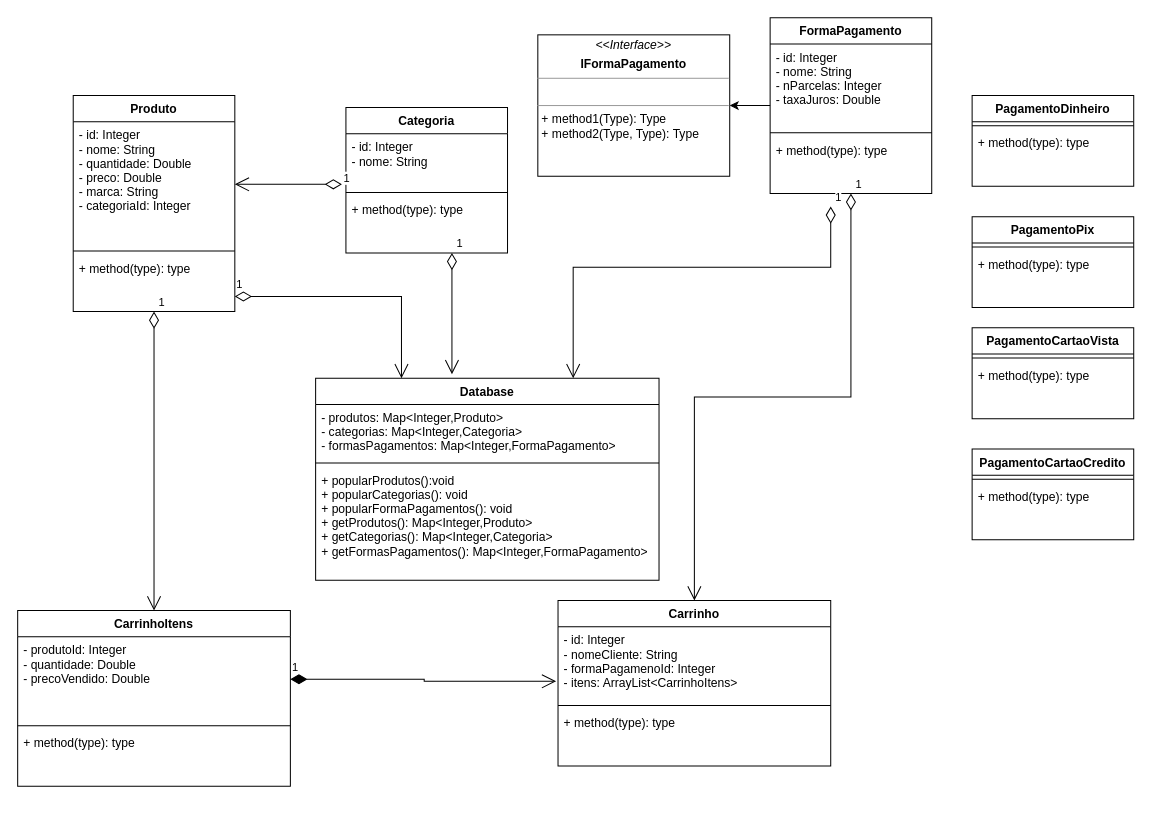
Above: Desafio1.drawio in jonaslucenafilho/PanStore (draw.io), before the change. Source tidied: cells renumbered, new cells numbered last; positions are measured from the earlier drawing's top-left corner, leaving out a move shared by most shapes. Both pictures are drawn from the tidied source at 101%, with x=0, y=0 at pixel (17, 17).
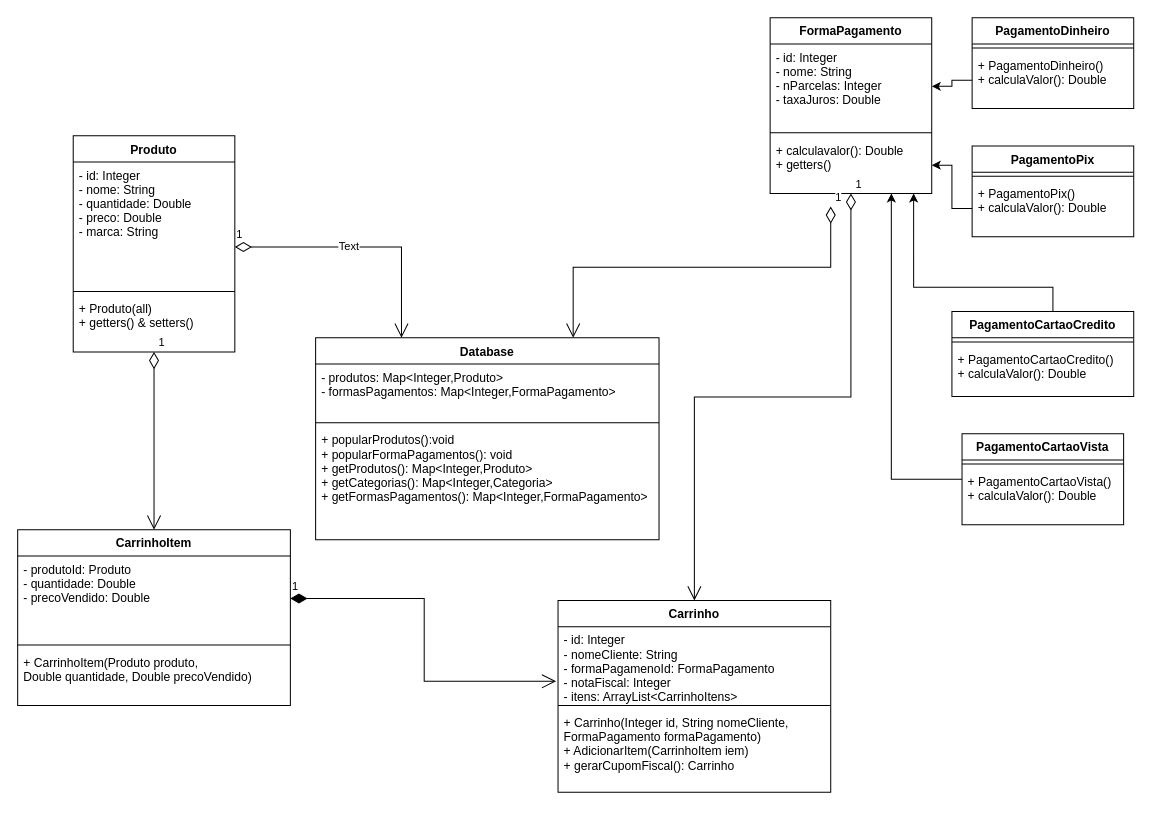
The same page after the edit.

Commit message:
primeira versao diagrama classes

Unchanged cells that the change refers to:
```xml
<mxCell id="16" value="FormaPagamento" style="swimlane;fontStyle=1;align=center;verticalAlign=top;horizontal=1;startSize=26;" parent="1" vertex="1">
  <mxGeometry x="745" width="160" height="174" as="geometry" />
</mxCell>
<mxCell id="17" value="- id: Integer&#10;- nome: String&#10;- nParcelas: Integer&#10;- taxaJuros: Double" style="text;strokeColor=none;fillColor=none;align=left;verticalAlign=top;spacingLeft=4;spacingRight=4;overflow=hidden;points=[[0,0.5],[1,0.5]];portConstraint=eastwest;" parent="16" vertex="1">
  <mxGeometry y="26" width="160" height="84" as="geometry" />
</mxCell>
```

Change to the diagram source:
```diff
@@
     <mxCell id="2" value="Produto" style="swimlane;fontStyle=1;align=center;verticalAlign=top;horizontal=1;startSize=26;" parent="1" vertex="1">
-      <mxGeometry x="55" y="77" width="160" height="214" as="geometry" />
+      <mxGeometry x="55" y="117" width="160" height="214" as="geometry" />
     </mxCell>
-    <mxCell id="3" value="- id: Integer&#10;- nome: String&#10;- quantidade: Double&#10;- preco: Double&#10;- marca: String&#10;- categoriaId: Integer&#10;&#10;" style="text;strokeColor=none;fillColor=none;align=left;verticalAlign=top;spacingLeft=4;spacingRight=4;overflow=hidden;points=[[0,0.5],[1,0.5]];portConstraint=eastwest;" parent="2" vertex="1">
+    <mxCell id="3" value="- id: Integer&#10;- nome: String&#10;- quantidade: Double&#10;- preco: Double&#10;- marca: String&#10;" style="text;strokeColor=none;fillColor=none;align=left;verticalAlign=top;spacingLeft=4;spacingRight=4;overflow=hidden;points=[[0,0.5],[1,0.5]];portConstraint=eastwest;" parent="2" vertex="1">
       <mxGeometry y="26" width="160" height="124" as="geometry" />
     </mxCell>
@@
-    <mxCell id="5" value="+ method(type): type" style="text;strokeColor=none;fillColor=none;align=left;verticalAlign=top;spacingLeft=4;spacingRight=4;overflow=hidden;points=[[0,0.5],[1,0.5]];portConstraint=eastwest;" parent="2" vertex="1">
+    <mxCell id="5" value="+ Produto(all)&#10;+ getters() &amp; setters()&#10;" style="text;strokeColor=none;fillColor=none;align=left;verticalAlign=top;spacingLeft=4;spacingRight=4;overflow=hidden;points=[[0,0.5],[1,0.5]];portConstraint=eastwest;" parent="2" vertex="1">
       <mxGeometry y="158" width="160" height="56" as="geometry" />
     </mxCell>
-    <mxCell id="6" value="Categoria" style="swimlane;fontStyle=1;align=center;verticalAlign=top;horizontal=1;startSize=26;" parent="1" vertex="1">
-      <mxGeometry x="325" y="89" width="160" height="144" as="geometry" />
-    </mxCell>
-    <mxCell id="7" value="- id: Integer&#10;- nome: String&#10;" style="text;strokeColor=none;fillColor=none;align=left;verticalAlign=top;spacingLeft=4;spacingRight=4;overflow=hidden;points=[[0,0.5],[1,0.5]];portConstraint=eastwest;" parent="6" vertex="1">
-      <mxGeometry y="26" width="160" height="54" as="geometry" />
-    </mxCell>
-    <mxCell id="8" style="line;strokeWidth=1;fillColor=none;align=left;verticalAlign=middle;spacingTop=-1;spacingLeft=3;spacingRight=3;labelPosition=right;" parent="6" vertex="1">
-      <mxGeometry y="80" width="160" height="8" as="geometry" />
-    </mxCell>
-    <mxCell id="9" value="+ method(type): type" style="text;strokeColor=none;fillColor=none;align=left;verticalAlign=top;spacingLeft=4;spacingRight=4;overflow=hidden;points=[[0,0.5],[1,0.5]];portConstraint=eastwest;" parent="6" vertex="1">
-      <mxGeometry y="88" width="160" height="56" as="geometry" />
-    </mxCell>
-    <mxCell id="10" value="1" style="endArrow=open;html=1;endSize=12;startArrow=diamondThin;startSize=14;startFill=0;edgeStyle=orthogonalEdgeStyle;align=left;verticalAlign=bottom;rounded=0;exitX=-0.025;exitY=0.926;exitDx=0;exitDy=0;exitPerimeter=0;" parent="1" edge="1" source="7" target="3">
-      <mxGeometry x="-1" y="3" relative="1" as="geometry" />
-    </mxCell>
     <mxCell id="11" value="Database" style="swimlane;fontStyle=1;align=center;verticalAlign=top;horizontal=1;startSize=26;" parent="1" vertex="1">
-      <mxGeometry x="295" y="357" width="340" height="200" as="geometry" />
+      <mxGeometry x="295" y="317" width="340" height="200" as="geometry" />
     </mxCell>
-    <mxCell id="12" value="- produtos: Map&lt;Integer,Produto&gt;&#10;- categorias: Map&lt;Integer,Categoria&gt;&#10;- formasPagamentos: Map&lt;Integer,FormaPagamento&gt;&#10;&#10;&#10;" style="text;strokeColor=none;fillColor=none;align=left;verticalAlign=top;spacingLeft=4;spacingRight=4;overflow=hidden;" parent="11" vertex="1">
+    <mxCell id="12" value="- produtos: Map&lt;Integer,Produto&gt;&#10;- formasPagamentos: Map&lt;Integer,FormaPagamento&gt;&#10;&#10;&#10;" style="text;strokeColor=none;fillColor=none;align=left;verticalAlign=top;spacingLeft=4;spacingRight=4;overflow=hidden;" parent="11" vertex="1">
       <mxGeometry y="26" width="340" height="54" as="geometry" />
     </mxCell>
@@
-    <mxCell id="14" value="+ popularProdutos():void&#10;+ popularCategorias(): void&#10;+ popularFormaPagamentos(): void&#10;+ getProdutos(): Map&lt;Integer,Produto&gt;&#10;+ getCategorias(): Map&lt;Integer,Categoria&gt;&#10;+ getFormasPagamentos(): Map&lt;Integer,FormaPagamento&gt;&#10;" style="text;strokeColor=none;fillColor=none;align=left;verticalAlign=top;spacingLeft=4;spacingRight=4;overflow=hidden;" parent="11" vertex="1">
+    <mxCell id="14" value="+ popularProdutos():void&#10;+ popularFormaPagamentos(): void&#10;+ getProdutos(): Map&lt;Integer,Produto&gt;&#10;+ getCategorias(): Map&lt;Integer,Categoria&gt;&#10;+ getFormasPagamentos(): Map&lt;Integer,FormaPagamento&gt;&#10;" style="text;strokeColor=none;fillColor=none;align=left;verticalAlign=top;spacingLeft=4;spacingRight=4;overflow=hidden;" parent="11" vertex="1">
       <mxGeometry y="88" width="340" height="112" as="geometry" />
     </mxCell>
-    <mxCell id="15" style="edgeStyle=orthogonalEdgeStyle;rounded=0;jettySize=auto;html=1;" parent="1" edge="1" source="16" target="20">
-      <mxGeometry relative="1" as="geometry" />
-    </mxCell>
@@
-    <mxCell id="19" value="+ method(type): type" style="text;strokeColor=none;fillColor=none;align=left;verticalAlign=top;spacingLeft=4;spacingRight=4;overflow=hidden;points=[[0,0.5],[1,0.5]];portConstraint=eastwest;" parent="16" vertex="1">
+    <mxCell id="19" value="+ calculavalor(): Double&#10;+ getters()&#10;" style="text;strokeColor=none;fillColor=none;align=left;verticalAlign=top;spacingLeft=4;spacingRight=4;overflow=hidden;points=[[0,0.5],[1,0.5]];portConstraint=eastwest;" parent="16" vertex="1">
       <mxGeometry y="118" width="160" height="56" as="geometry" />
     </mxCell>
-    <mxCell id="20" value="&lt;p style=&quot;margin: 0px ; margin-top: 4px ; text-align: center&quot;&gt;&lt;i&gt;&amp;lt;&amp;lt;Interface&amp;gt;&amp;gt;&lt;/i&gt;&lt;/p&gt;&lt;p style=&quot;margin: 0px ; margin-top: 4px ; text-align: center&quot;&gt;&lt;b&gt;IFormaPagamento&lt;/b&gt;&lt;br&gt;&lt;/p&gt;&lt;hr size=&quot;1&quot;&gt;&lt;p style=&quot;margin: 0px ; margin-left: 4px&quot;&gt;&lt;br&gt;&lt;/p&gt;&lt;hr size=&quot;1&quot;&gt;&lt;p style=&quot;margin: 0px ; margin-left: 4px&quot;&gt;+ method1(Type): Type&lt;br&gt;+ method2(Type, Type): Type&lt;/p&gt;" style="verticalAlign=top;align=left;overflow=fill;fontSize=12;fontFamily=Helvetica;html=1;" parent="1" vertex="1">
-      <mxGeometry x="515" y="17" width="190" height="140" as="geometry" />
-    </mxCell>
-    <mxCell id="21" value="1" style="endArrow=open;html=1;endSize=12;startArrow=diamondThin;startSize=14;startFill=0;edgeStyle=orthogonalEdgeStyle;align=left;verticalAlign=bottom;rounded=0;exitX=1;exitY=0.732;exitDx=0;exitDy=0;exitPerimeter=0;entryX=0.25;entryY=0;entryDx=0;entryDy=0;" parent="1" edge="1" source="5" target="11">
+    <mxCell id="21" value="1" style="endArrow=open;html=1;endSize=12;startArrow=diamondThin;startSize=14;startFill=0;edgeStyle=orthogonalEdgeStyle;align=left;verticalAlign=bottom;rounded=0;entryX=0.25;entryY=0;entryDx=0;entryDy=0;" parent="1" edge="1" source="3" target="11">
       <mxGeometry x="-1" y="3" relative="1" as="geometry">
         <Array as="points">
-          <mxPoint x="380" y="276" />
+          <mxPoint x="380" y="227" />
         </Array>
       </mxGeometry>
     </mxCell>
+    <mxCell id="47" value="Text" style="edgeLabel;html=1;align=center;verticalAlign=middle;" parent="21" vertex="1">
+      <mxGeometry x="-0.12" y="1" relative="1" as="geometry" />
+    </mxCell>
@@
     <mxCell id="23" value="Carrinho" style="swimlane;fontStyle=1;align=center;verticalAlign=top;horizontal=1;startSize=26;" parent="1" vertex="1">
-      <mxGeometry x="535" y="577" width="270" height="164" as="geometry" />
+      <mxGeometry x="535" y="577" width="270" height="190" as="geometry" />
     </mxCell>
-    <mxCell id="24" value="- id: Integer&#10;- nomeCliente: String&#10;- formaPagamenoId: Integer&#10;- itens: ArrayList&lt;CarrinhoItens&gt;&#10;" style="text;strokeColor=none;fillColor=none;align=left;verticalAlign=top;spacingLeft=4;spacingRight=4;overflow=hidden;points=[[0,0.5],[1,0.5]];portConstraint=eastwest;" parent="23" vertex="1">
+    <mxCell id="24" value="- id: Integer&#10;- nomeCliente: String&#10;- formaPagamenoId: FormaPagamento&#10;- notaFiscal: Integer&#10;- itens: ArrayList&lt;CarrinhoItens&gt;&#10;" style="text;strokeColor=none;fillColor=none;align=left;verticalAlign=top;spacingLeft=4;spacingRight=4;overflow=hidden;points=[[0,0.5],[1,0.5]];portConstraint=eastwest;" parent="23" vertex="1">
       <mxGeometry y="26" width="270" height="74" as="geometry" />
     </mxCell>
@@
-    <mxCell id="26" value="+ method(type): type" style="text;strokeColor=none;fillColor=none;align=left;verticalAlign=top;spacingLeft=4;spacingRight=4;overflow=hidden;" parent="23" vertex="1">
-      <mxGeometry y="108" width="270" height="56" as="geometry" />
+    <mxCell id="26" value="+ Carrinho(Integer id, String nomeCliente, &#10;FormaPagamento formaPagamento)&#10;+ AdicionarItem(CarrinhoItem iem)&#10;+ gerarCupomFiscal(): Carrinho&#10;&#10;&#10;" style="text;strokeColor=none;fillColor=none;align=left;verticalAlign=top;spacingLeft=4;spacingRight=4;overflow=hidden;" parent="23" vertex="1">
+      <mxGeometry y="108" width="270" height="82" as="geometry" />
     </mxCell>
-    <mxCell id="27" value="CarrinhoItens" style="swimlane;fontStyle=1;align=center;verticalAlign=top;horizontal=1;startSize=26;" parent="1" vertex="1">
-      <mxGeometry y="587" width="270" height="174" as="geometry" />
+    <mxCell id="27" value="CarrinhoItem" style="swimlane;fontStyle=1;align=center;verticalAlign=top;horizontal=1;startSize=26;" parent="1" vertex="1">
+      <mxGeometry y="507" width="270" height="174" as="geometry" />
     </mxCell>
-    <mxCell id="28" value="- produtoId: Integer&#10;- quantidade: Double&#10;- precoVendido: Double&#10;" style="text;strokeColor=none;fillColor=none;align=left;verticalAlign=top;spacingLeft=4;spacingRight=4;overflow=hidden;points=[[0,0.5],[1,0.5]];portConstraint=eastwest;" parent="27" vertex="1">
+    <mxCell id="28" value="- produtoId: Produto&#10;- quantidade: Double&#10;- precoVendido: Double&#10;" style="text;strokeColor=none;fillColor=none;align=left;verticalAlign=top;spacingLeft=4;spacingRight=4;overflow=hidden;points=[[0,0.5],[1,0.5]];portConstraint=eastwest;" parent="27" vertex="1">
       <mxGeometry y="26" width="270" height="84" as="geometry" />
     </mxCell>
@@
-    <mxCell id="30" value="+ method(type): type" style="text;strokeColor=none;fillColor=none;align=left;verticalAlign=top;spacingLeft=4;spacingRight=4;overflow=hidden;" parent="27" vertex="1">
+    <mxCell id="30" value="+ CarrinhoItem(Produto produto,&#10;Double quantidade, Double precoVendido)&#10;" style="text;strokeColor=none;fillColor=none;align=left;verticalAlign=top;spacingLeft=4;spacingRight=4;overflow=hidden;" parent="27" vertex="1">
       <mxGeometry y="118" width="270" height="56" as="geometry" />
     </mxCell>
@@
-    <mxCell id="34" value="1" style="endArrow=open;html=1;endSize=12;startArrow=diamondThin;startSize=14;startFill=0;edgeStyle=orthogonalEdgeStyle;align=left;verticalAlign=bottom;rounded=0;exitX=0.656;exitY=1;exitDx=0;exitDy=0;entryX=0.397;entryY=-0.02;entryDx=0;entryDy=0;exitPerimeter=0;entryPerimeter=0;" parent="1" edge="1" source="9" target="11">
-      <mxGeometry x="-1" y="3" relative="1" as="geometry" />
-    </mxCell>
     <mxCell id="35" value="PagamentoDinheiro&#10;" style="swimlane;fontStyle=1;align=center;verticalAlign=top;horizontal=1;startSize=26;" parent="1" vertex="1">
-      <mxGeometry x="945" y="77" width="160" height="90" as="geometry" />
+      <mxGeometry x="945" width="160" height="90" as="geometry" />
     </mxCell>
@@
-    <mxCell id="37" value="+ method(type): type" style="text;strokeColor=none;fillColor=none;align=left;verticalAlign=top;spacingLeft=4;spacingRight=4;overflow=hidden;points=[[0,0.5],[1,0.5]];portConstraint=eastwest;" parent="35" vertex="1">
+    <mxCell id="37" value="+ PagamentoDinheiro()&#10;+ calculaValor(): Double&#10;" style="text;strokeColor=none;fillColor=none;align=left;verticalAlign=top;spacingLeft=4;spacingRight=4;overflow=hidden;points=[[0,0.5],[1,0.5]];portConstraint=eastwest;" parent="35" vertex="1">
       <mxGeometry y="34" width="160" height="56" as="geometry" />
     </mxCell>
     <mxCell id="38" value="PagamentoPix" style="swimlane;fontStyle=1;align=center;verticalAlign=top;horizontal=1;startSize=26;" parent="1" vertex="1">
-      <mxGeometry x="945" y="197" width="160" height="90" as="geometry" />
+      <mxGeometry x="945" y="127" width="160" height="90" as="geometry" />
     </mxCell>
@@
-    <mxCell id="40" value="+ method(type): type" style="text;strokeColor=none;fillColor=none;align=left;verticalAlign=top;spacingLeft=4;spacingRight=4;overflow=hidden;points=[[0,0.5],[1,0.5]];portConstraint=eastwest;" parent="38" vertex="1">
+    <mxCell id="40" value="+ PagamentoPix()&#10;+ calculaValor(): Double&#10;&#10;&#10;" style="text;strokeColor=none;fillColor=none;align=left;verticalAlign=top;spacingLeft=4;spacingRight=4;overflow=hidden;points=[[0,0.5],[1,0.5]];portConstraint=eastwest;" parent="38" vertex="1">
       <mxGeometry y="34" width="160" height="56" as="geometry" />
     </mxCell>
+    <mxCell id="48" style="edgeStyle=orthogonalEdgeStyle;rounded=0;jettySize=auto;html=1;entryX=0.75;entryY=1;entryDx=0;entryDy=0;" parent="1" edge="1" source="41" target="16">
+      <mxGeometry relative="1" as="geometry" />
+    </mxCell>
     <mxCell id="41" value="PagamentoCartaoVista" style="swimlane;fontStyle=1;align=center;verticalAlign=top;horizontal=1;startSize=26;" parent="1" vertex="1">
-      <mxGeometry x="945" y="307" width="160" height="90" as="geometry" />
+      <mxGeometry x="935" y="412" width="160" height="90" as="geometry" />
     </mxCell>
@@
-    <mxCell id="43" value="+ method(type): type" style="text;strokeColor=none;fillColor=none;align=left;verticalAlign=top;spacingLeft=4;spacingRight=4;overflow=hidden;" parent="41" vertex="1">
+    <mxCell id="43" value="+ PagamentoCartaoVista()&#10;+ calculaValor(): Double&#10;&#10;&#10;" style="text;strokeColor=none;fillColor=none;align=left;verticalAlign=top;spacingLeft=4;spacingRight=4;overflow=hidden;" parent="41" vertex="1">
       <mxGeometry y="34" width="160" height="56" as="geometry" />
     </mxCell>
+    <mxCell id="49" style="edgeStyle=orthogonalEdgeStyle;rounded=0;jettySize=auto;html=1;entryX=0.888;entryY=1;entryDx=0;entryDy=0;entryPerimeter=0;" parent="1" edge="1" source="44" target="19">
+      <mxGeometry relative="1" as="geometry">
+        <Array as="points">
+          <mxPoint x="1025" y="267" />
+          <mxPoint x="887" y="267" />
+        </Array>
+      </mxGeometry>
+    </mxCell>
+    <mxCell id="50" style="edgeStyle=orthogonalEdgeStyle;rounded=0;jettySize=auto;html=1;" parent="1" edge="1" source="37" target="17">
+      <mxGeometry relative="1" as="geometry" />
+    </mxCell>
+    <mxCell id="51" style="edgeStyle=orthogonalEdgeStyle;rounded=0;jettySize=auto;html=1;" parent="1" edge="1" source="40" target="19">
+      <mxGeometry relative="1" as="geometry" />
+    </mxCell>
     <mxCell id="44" value="PagamentoCartaoCredito" style="swimlane;fontStyle=1;align=center;verticalAlign=top;horizontal=1;startSize=26;" parent="1" vertex="1">
-      <mxGeometry x="945" y="427" width="160" height="90" as="geometry" />
+      <mxGeometry x="925" y="291" width="180" height="84" as="geometry" />
     </mxCell>
     <mxCell id="45" style="line;strokeWidth=1;fillColor=none;align=left;verticalAlign=middle;spacingTop=-1;spacingLeft=3;spacingRight=3;labelPosition=right;" parent="44" vertex="1">
-      <mxGeometry y="26" width="160" height="8" as="geometry" />
+      <mxGeometry y="26" width="180" height="8" as="geometry" />
     </mxCell>
-    <mxCell id="46" value="+ method(type): type" style="text;strokeColor=none;fillColor=none;align=left;verticalAlign=top;spacingLeft=4;spacingRight=4;overflow=hidden;" parent="44" vertex="1">
-      <mxGeometry y="34" width="160" height="56" as="geometry" />
+    <mxCell id="46" value="+ PagamentoCartaoCredito()&#10;+ calculaValor(): Double&#10;&#10;&#10;" style="text;strokeColor=none;fillColor=none;align=left;verticalAlign=top;spacingLeft=4;spacingRight=4;overflow=hidden;" parent="44" vertex="1">
+      <mxGeometry y="34" width="180" height="50" as="geometry" />
     </mxCell>
```
